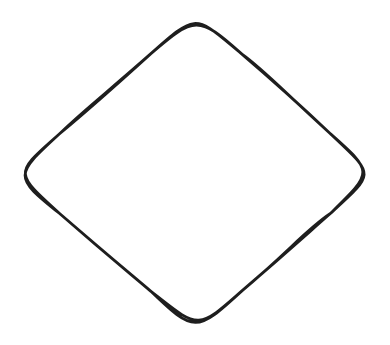
Earlier version of the Excalidraw export Diagrams/Untitled-2025-01-28-1818.excalidraw.svg (EugenGoGit/diagramm_store). Source tidied: one line per element, renumbered; positions are measured from the earlier drawing's top-left corner, leaving out a move shared by most shapes. Source of this version:
```json
{"id": 0, "type": "diamond", "strokeColor": "#1e1e1e", "strokeWidth": 2, "roughness": 1, "round": true, "x": 0, "y": 0, "width": 258, "height": 226}
```
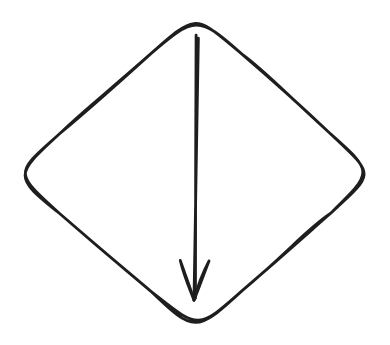
After the change.

The edit, as a diff of the source:
```diff
@@ -1,1 +1,2 @@
 {"id": 0, "type": "diamond", "strokeColor": "#1e1e1e", "strokeWidth": 2, "roughness": 1, "round": true, "x": 0, "y": 0, "width": 258, "height": 226}
+{"id": 1, "type": "arrow", "strokeColor": "#1e1e1e", "strokeWidth": 2, "roughness": 1, "endArrowhead": "arrow", "round": true, "x": 131, "y": 16, "width": 1, "height": 188, "points": [[0, 0], [-1, 188]]}
```
